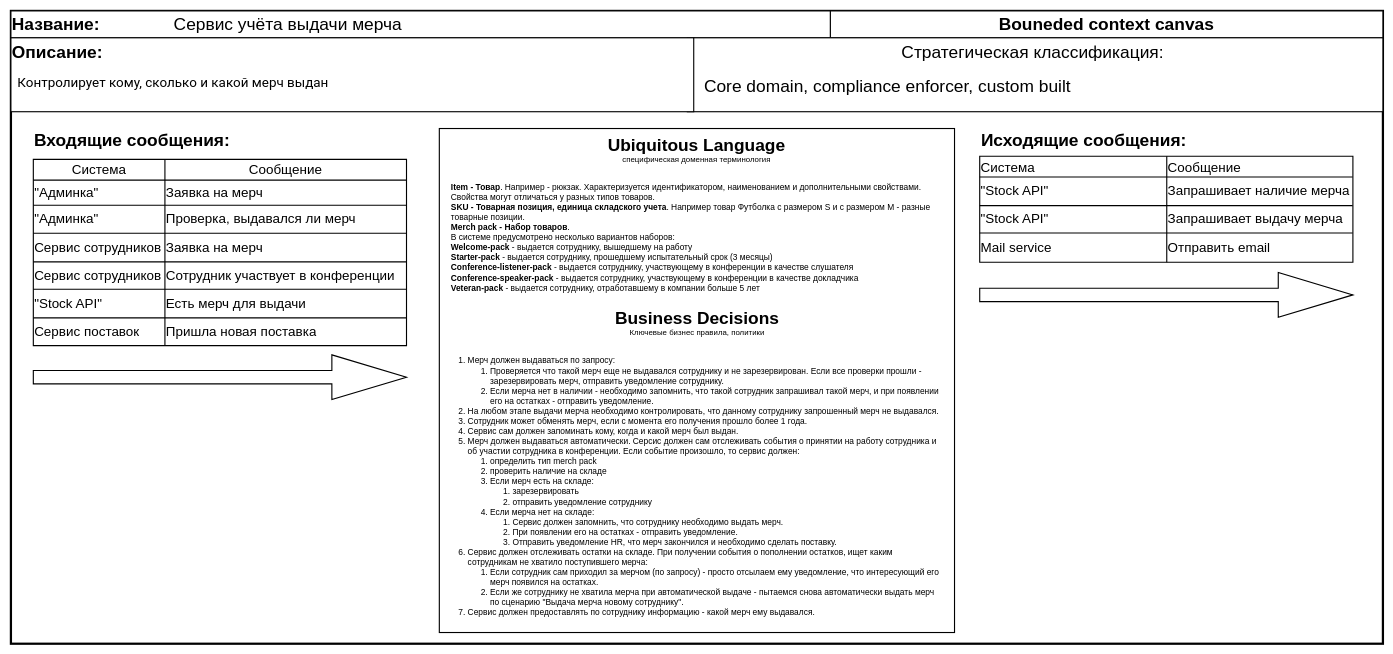
Before: Bounded Context Canvas merchendise-service.drawio in routeCsharp256/ANeychev, a draw.io diagram. Source tidied: cells renumbered, new cells numbered last; positions are measured from the earlier drawing's top-left corner, leaving out a move shared by most shapes. Both pictures are drawn from the tidied source at 56%, with x=0, y=0 at pixel (11, 11).
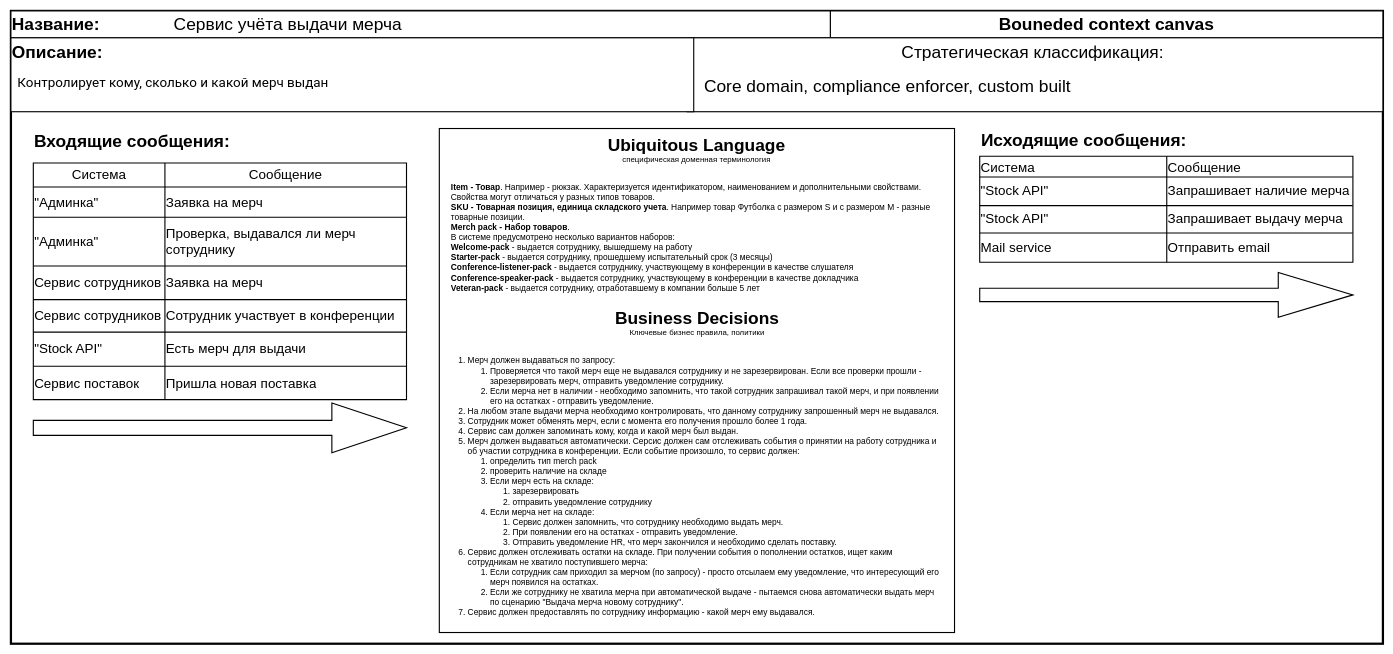
The same page after the edit.

The change refers to these unchanged cells:
```xml
<mxCell id="2" style="group;" parent="1" vertex="1">
  <mxGeometry width="2450" height="1130" as="geometry" />
</mxCell>
```

Diff of the diagram source:
```diff
@@
     <mxCell id="22" style="group;" parent="2" vertex="1">
-      <mxGeometry x="40" y="210" width="666.4" height="484" as="geometry" />
+      <mxGeometry x="40" y="210" width="666.4" height="540" as="geometry" />
     </mxCell>
     <mxCell id="23" style="shape=table;html=1;whiteSpace=wrap;startSize=0;childLayout=tableLayout;rounded=0;shadow=0;glass=0;sketch=0;fontSize=24;strokeColor=default;strokeWidth=2;align=left;verticalAlign=top;" parent="22" vertex="1">
-      <mxGeometry y="55.1" width="666.4" height="332.6" as="geometry" />
+      <mxGeometry y="61.5" width="666.4" height="422.6" as="geometry" />
     </mxCell>
     <mxCell id="24" style="shape=partialRectangle;html=1;whiteSpace=wrap;fillColor=none;top=0;left=0;bottom=0;right=0;rounded=0;shadow=0;glass=0;sketch=0;fontSize=24;strokeColor=default;strokeWidth=2;align=left;verticalAlign=top;" parent="23" vertex="1">
-      <mxGeometry width="666.4" height="37" as="geometry" />
+      <mxGeometry width="666.4" height="43" as="geometry" />
     </mxCell>
     <mxCell id="25" value="Система" style="shape=partialRectangle;html=1;whiteSpace=wrap;fillColor=none;top=0;left=0;bottom=0;right=0;overflow=hidden;rounded=0;shadow=0;glass=0;sketch=0;fontSize=24;strokeColor=default;strokeWidth=2;align=center;verticalAlign=middle;" parent="24" vertex="1">
-      <mxGeometry width="235" height="37" as="geometry" />
+      <mxGeometry width="235" height="43" as="geometry" />
     </mxCell>
     <mxCell id="26" value="Сообщение" style="shape=partialRectangle;html=1;whiteSpace=wrap;fillColor=none;top=0;left=0;bottom=0;right=0;overflow=hidden;rounded=0;shadow=0;glass=0;sketch=0;fontSize=24;strokeColor=default;strokeWidth=2;align=center;verticalAlign=middle;" parent="24" vertex="1">
-      <mxGeometry x="235" width="431" height="37" as="geometry" />
+      <mxGeometry x="235" width="431" height="43" as="geometry" />
     </mxCell>
     <mxCell id="27" style="shape=partialRectangle;html=1;whiteSpace=wrap;fillColor=none;top=0;left=0;bottom=0;right=0;rounded=0;shadow=0;glass=0;sketch=0;fontSize=24;strokeColor=default;strokeWidth=2;align=left;verticalAlign=top;" parent="23" vertex="1">
-      <mxGeometry y="37" width="666.4" height="45" as="geometry" />
+      <mxGeometry y="43" width="666.4" height="54" as="geometry" />
     </mxCell>
     <mxCell id="28" value="&quot;Админка&quot;" style="shape=partialRectangle;html=1;whiteSpace=wrap;fillColor=none;top=0;left=0;bottom=0;right=0;overflow=hidden;rounded=0;shadow=0;glass=0;sketch=0;fontSize=24;strokeColor=default;strokeWidth=2;align=left;verticalAlign=middle;" parent="27" vertex="1">
-      <mxGeometry width="235" height="45" as="geometry" />
+      <mxGeometry width="235" height="54" as="geometry" />
     </mxCell>
     <mxCell id="29" value="Заявка на мерч" style="shape=partialRectangle;html=1;whiteSpace=wrap;fillColor=none;top=0;left=0;bottom=0;right=0;overflow=hidden;rounded=0;shadow=0;glass=0;sketch=0;fontSize=24;strokeColor=default;strokeWidth=2;align=left;verticalAlign=middle;" parent="27" vertex="1">
-      <mxGeometry x="235" width="431" height="45" as="geometry" />
+      <mxGeometry x="235" width="431" height="54" as="geometry" />
     </mxCell>
     <mxCell id="30" style="shape=partialRectangle;html=1;whiteSpace=wrap;fillColor=none;top=0;left=0;bottom=0;right=0;rounded=0;shadow=0;glass=0;sketch=0;fontSize=24;strokeColor=default;strokeWidth=2;align=left;verticalAlign=top;" parent="23" vertex="1">
-      <mxGeometry y="82" width="666.4" height="50" as="geometry" />
+      <mxGeometry y="97" width="666.4" height="87" as="geometry" />
     </mxCell>
     <mxCell id="31" value="&quot;Админка&quot;" style="shape=partialRectangle;html=1;whiteSpace=wrap;fillColor=none;top=0;left=0;bottom=0;right=0;overflow=hidden;rounded=0;shadow=0;glass=0;sketch=0;fontSize=24;strokeColor=default;strokeWidth=2;align=left;verticalAlign=middle;" parent="30" vertex="1">
-      <mxGeometry width="235" height="50" as="geometry" />
+      <mxGeometry width="235" height="87" as="geometry" />
     </mxCell>
-    <mxCell id="32" value="Проверка, выдавался ли мерч" style="shape=partialRectangle;html=1;whiteSpace=wrap;fillColor=none;top=0;left=0;bottom=0;right=0;overflow=hidden;rounded=0;shadow=0;glass=0;sketch=0;fontSize=24;strokeColor=default;strokeWidth=2;align=left;verticalAlign=middle;" parent="30" vertex="1">
-      <mxGeometry x="235" width="431" height="50" as="geometry" />
+    <mxCell id="32" value="Проверка, выдавался ли мерч сотруднику" style="shape=partialRectangle;html=1;whiteSpace=wrap;fillColor=none;top=0;left=0;bottom=0;right=0;overflow=hidden;rounded=0;shadow=0;glass=0;sketch=0;fontSize=24;strokeColor=default;strokeWidth=2;align=left;verticalAlign=middle;" parent="30" vertex="1">
+      <mxGeometry x="235" width="431" height="87" as="geometry" />
     </mxCell>
     <mxCell id="33" style="shape=partialRectangle;html=1;whiteSpace=wrap;fillColor=none;top=0;left=0;bottom=0;right=0;rounded=0;shadow=0;glass=0;sketch=0;fontSize=24;strokeColor=default;strokeWidth=2;align=left;verticalAlign=top;" parent="23" vertex="1">
-      <mxGeometry y="132" width="666.4" height="51" as="geometry" />
+      <mxGeometry y="184" width="666.4" height="60" as="geometry" />
     </mxCell>
     <mxCell id="34" value="Сервис сотрудников" style="shape=partialRectangle;html=1;whiteSpace=wrap;fillColor=none;top=0;left=0;bottom=0;right=0;overflow=hidden;rounded=0;shadow=0;glass=0;sketch=0;fontSize=24;strokeColor=default;strokeWidth=2;align=left;verticalAlign=middle;" parent="33" vertex="1">
-      <mxGeometry width="235" height="51" as="geometry" />
+      <mxGeometry width="235" height="60" as="geometry" />
     </mxCell>
     <mxCell id="35" value="Заявка на мерч" style="shape=partialRectangle;html=1;whiteSpace=wrap;fillColor=none;top=0;left=0;bottom=0;right=0;overflow=hidden;rounded=0;shadow=0;glass=0;sketch=0;fontSize=24;strokeColor=default;strokeWidth=2;align=left;verticalAlign=middle;" parent="33" vertex="1">
-      <mxGeometry x="235" width="431" height="51" as="geometry" />
+      <mxGeometry x="235" width="431" height="60" as="geometry" />
     </mxCell>
     <mxCell id="36" style="shape=partialRectangle;html=1;whiteSpace=wrap;fillColor=none;top=0;left=0;bottom=0;right=0;rounded=0;shadow=0;glass=0;sketch=0;fontSize=24;strokeColor=default;strokeWidth=2;align=left;verticalAlign=top;" parent="23" vertex="1">
-      <mxGeometry y="183" width="666.4" height="49" as="geometry" />
+      <mxGeometry y="244" width="666.4" height="58" as="geometry" />
     </mxCell>
     <mxCell id="37" value="Сервис сотрудников" style="shape=partialRectangle;html=1;whiteSpace=wrap;fillColor=none;top=0;left=0;bottom=0;right=0;overflow=hidden;rounded=0;shadow=0;glass=0;sketch=0;fontSize=24;strokeColor=default;strokeWidth=2;align=left;verticalAlign=middle;" parent="36" vertex="1">
-      <mxGeometry width="235" height="49" as="geometry" />
+      <mxGeometry width="235" height="58" as="geometry" />
     </mxCell>
     <mxCell id="38" value="Сотрудник участвует в конференции" style="shape=partialRectangle;html=1;whiteSpace=wrap;fillColor=none;top=0;left=0;bottom=0;right=0;overflow=hidden;rounded=0;shadow=0;glass=0;sketch=0;fontSize=24;strokeColor=default;strokeWidth=2;align=left;verticalAlign=middle;" parent="36" vertex="1">
-      <mxGeometry x="235" width="431" height="49" as="geometry" />
+      <mxGeometry x="235" width="431" height="58" as="geometry" />
     </mxCell>
     <mxCell id="39" style="shape=partialRectangle;html=1;whiteSpace=wrap;fillColor=none;top=0;left=0;bottom=0;right=0;rounded=0;shadow=0;glass=0;sketch=0;fontSize=24;strokeColor=default;strokeWidth=2;align=left;verticalAlign=top;" parent="23" vertex="1">
-      <mxGeometry y="232" width="666.4" height="51" as="geometry" />
+      <mxGeometry y="302" width="666.4" height="61" as="geometry" />
     </mxCell>
     <mxCell id="40" value="&quot;Stock API&quot;" style="shape=partialRectangle;html=1;whiteSpace=wrap;fillColor=none;top=0;left=0;bottom=0;right=0;overflow=hidden;rounded=0;shadow=0;glass=0;sketch=0;fontSize=24;strokeColor=default;strokeWidth=2;align=left;verticalAlign=middle;" parent="39" vertex="1">
-      <mxGeometry width="235" height="51" as="geometry" />
+      <mxGeometry width="235" height="61" as="geometry" />
     </mxCell>
     <mxCell id="41" value="Есть мерч для выдачи" style="shape=partialRectangle;html=1;whiteSpace=wrap;fillColor=none;top=0;left=0;bottom=0;right=0;overflow=hidden;rounded=0;shadow=0;glass=0;sketch=0;fontSize=24;strokeColor=default;strokeWidth=2;align=left;verticalAlign=middle;" parent="39" vertex="1">
-      <mxGeometry x="235" width="431" height="51" as="geometry" />
+      <mxGeometry x="235" width="431" height="61" as="geometry" />
     </mxCell>
     <mxCell id="42" style="shape=partialRectangle;html=1;whiteSpace=wrap;fillColor=none;top=0;left=0;bottom=0;right=0;rounded=0;shadow=0;glass=0;sketch=0;fontSize=24;strokeColor=default;strokeWidth=2;align=left;verticalAlign=top;" parent="23" vertex="1">
-      <mxGeometry y="283" width="666.4" height="50" as="geometry" />
+      <mxGeometry y="363" width="666.4" height="60" as="geometry" />
     </mxCell>
     <mxCell id="43" value="Сервис поставок" style="shape=partialRectangle;html=1;whiteSpace=wrap;fillColor=none;top=0;left=0;bottom=0;right=0;overflow=hidden;rounded=0;shadow=0;glass=0;sketch=0;fontSize=24;strokeColor=default;strokeWidth=2;align=left;verticalAlign=middle;" parent="42" vertex="1">
-      <mxGeometry width="235" height="50" as="geometry" />
+      <mxGeometry width="235" height="60" as="geometry" />
     </mxCell>
     <mxCell id="44" value="Пришла новая поставка" style="shape=partialRectangle;html=1;whiteSpace=wrap;fillColor=none;top=0;left=0;bottom=0;right=0;overflow=hidden;rounded=0;shadow=0;glass=0;sketch=0;fontSize=24;strokeColor=default;strokeWidth=2;align=left;verticalAlign=middle;" parent="42" vertex="1">
-      <mxGeometry x="235" width="431" height="50" as="geometry" />
+      <mxGeometry x="235" width="431" height="60" as="geometry" />
     </mxCell>
     <mxCell id="45" value="&lt;b&gt;Входящие сообщения:&lt;/b&gt;" style="text;html=1;strokeColor=none;fillColor=none;align=center;verticalAlign=middle;whiteSpace=wrap;rounded=0;shadow=0;glass=0;sketch=0;fontSize=31;" parent="22" vertex="1">
-      <mxGeometry width="352.8" height="39.9" as="geometry" />
+      <mxGeometry width="352.8" height="44.5" as="geometry" />
     </mxCell>
-    <mxCell id="46" style="shape=singleArrow;whiteSpace=wrap;html=1;shadow=0;fontSize=31;strokeColor=default;strokeWidth=2;verticalAlign=top;" parent="22" vertex="1">
-      <mxGeometry y="404.2" width="666.4" height="79.8" as="geometry" />
-    </mxCell>
@@
+    <mxCell id="46" style="shape=singleArrow;whiteSpace=wrap;html=1;shadow=0;fontSize=31;strokeColor=default;strokeWidth=2;verticalAlign=top;" parent="2" vertex="1">
+      <mxGeometry x="40" y="700" width="666.4" height="89" as="geometry" />
+    </mxCell>
```
